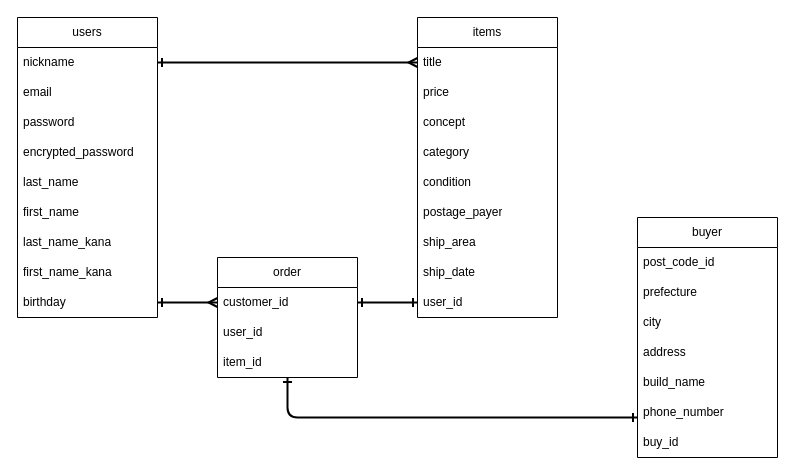
Above: er.dio in nobuyuki-hirai/furima-38643 (draw.io), before the change. Source tidied: cells renumbered, new cells numbered last; positions are measured from the earlier drawing's top-left corner, leaving out a move shared by most shapes. Both pictures are drawn from the tidied source at 100%, with x=0, y=0 at pixel (17, 17).
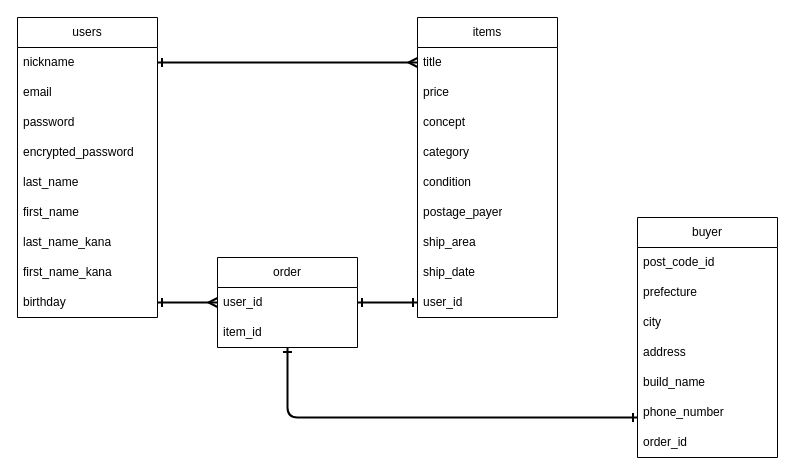
The same page after the edit.

The change refers to these unchanged cells:
```xml
<mxCell id="11" value="birthday" style="text;strokeColor=none;fillColor=none;align=left;verticalAlign=middle;spacingLeft=4;spacingRight=4;overflow=hidden;points=[[0,0.5],[1,0.5]];portConstraint=eastwest;whiteSpace=wrap;html=1;" parent="2" vertex="1">
  <mxGeometry y="270" width="140" height="30" as="geometry" />
</mxCell>
<mxCell id="21" value="user_id" style="text;strokeColor=none;fillColor=none;align=left;verticalAlign=middle;spacingLeft=4;spacingRight=4;overflow=hidden;points=[[0,0.5],[1,0.5]];portConstraint=eastwest;whiteSpace=wrap;html=1;" parent="12" vertex="1">
  <mxGeometry y="270" width="140" height="30" as="geometry" />
</mxCell>
<mxCell id="22" value="buyer" style="swimlane;fontStyle=0;horizontal=1;startSize=30;whiteSpace=wrap;html=1;" parent="1" vertex="1">
  <mxGeometry x="620" y="200" width="140" height="240" as="geometry" />
</mxCell>
<mxCell id="28" value="phone_number" style="text;strokeColor=none;fillColor=none;align=left;verticalAlign=middle;spacingLeft=4;spacingRight=4;overflow=hidden;points=[[0,0.5],[1,0.5]];portConstraint=eastwest;whiteSpace=wrap;html=1;" parent="22" vertex="1">
  <mxGeometry y="180" width="140" height="30" as="geometry" />
</mxCell>
```

Diff of the diagram source:
```diff
@@
-    <mxCell id="29" value="buy_id" style="text;strokeColor=none;fillColor=none;align=left;verticalAlign=middle;spacingLeft=4;spacingRight=4;overflow=hidden;whiteSpace=wrap;html=1;" parent="22" vertex="1">
+    <mxCell id="29" value="order_id" style="text;strokeColor=none;fillColor=none;align=left;verticalAlign=middle;spacingLeft=4;spacingRight=4;overflow=hidden;whiteSpace=wrap;html=1;" parent="22" vertex="1">
       <mxGeometry y="210" width="140" height="30" as="geometry" />
     </mxCell>
@@
     <mxCell id="31" value="order" style="swimlane;fontStyle=0;horizontal=1;startSize=30;whiteSpace=wrap;html=1;" parent="1" vertex="1">
-      <mxGeometry x="200" y="240" width="140" height="120" as="geometry" />
+      <mxGeometry x="200" y="240" width="140" height="90" as="geometry" />
     </mxCell>
-    <mxCell id="32" value="customer_id" style="text;strokeColor=none;fillColor=none;align=left;verticalAlign=middle;spacingLeft=4;spacingRight=4;overflow=hidden;points=[[0,0.5],[1,0.5]];portConstraint=eastwest;whiteSpace=wrap;html=1;" parent="31" vertex="1">
-      <mxGeometry y="30" width="140" height="30" as="geometry" />
-    </mxCell>
     <mxCell id="33" value="user_id" style="text;strokeColor=none;fillColor=none;align=left;verticalAlign=middle;spacingLeft=4;spacingRight=4;overflow=hidden;whiteSpace=wrap;html=1;" parent="31" vertex="1">
-      <mxGeometry y="60" width="140" height="30" as="geometry" />
+      <mxGeometry y="30" width="140" height="30" as="geometry" />
     </mxCell>
     <mxCell id="34" value="item_id" style="text;strokeColor=none;fillColor=none;align=left;verticalAlign=middle;spacingLeft=4;spacingRight=4;overflow=hidden;points=[[0,0.5],[1,0.5]];portConstraint=eastwest;whiteSpace=wrap;html=1;" parent="31" vertex="1">
-      <mxGeometry y="90" width="140" height="30" as="geometry" />
+      <mxGeometry y="60" width="140" height="30" as="geometry" />
     </mxCell>
-    <mxCell id="35" style="edgeStyle=none;html=1;exitX=0;exitY=0.5;exitDx=0;exitDy=0;entryX=1;entryY=0.5;entryDx=0;entryDy=0;strokeWidth=2;startArrow=ERmany;startFill=0;endArrow=ERone;endFill=0;" parent="1" edge="1" source="32" target="11">
-      <mxGeometry relative="1" as="geometry" />
+    <mxCell id="35" style="edgeStyle=none;html=1;exitX=0;exitY=0.5;exitDx=0;exitDy=0;entryX=1;entryY=0.5;entryDx=0;entryDy=0;strokeWidth=2;startArrow=ERmany;startFill=0;endArrow=ERone;endFill=0;" parent="1" edge="1" target="11">
+      <mxGeometry relative="1" as="geometry">
+        <mxPoint x="200" y="285" as="sourcePoint" />
+      </mxGeometry>
     </mxCell>
-    <mxCell id="36" style="edgeStyle=none;html=1;exitX=1;exitY=0.5;exitDx=0;exitDy=0;entryX=0;entryY=0.5;entryDx=0;entryDy=0;strokeWidth=2;startArrow=ERone;startFill=0;endArrow=ERone;endFill=0;" parent="1" edge="1" source="32" target="21">
-      <mxGeometry relative="1" as="geometry" />
+    <mxCell id="36" style="edgeStyle=none;html=1;exitX=1;exitY=0.5;exitDx=0;exitDy=0;entryX=0;entryY=0.5;entryDx=0;entryDy=0;strokeWidth=2;startArrow=ERone;startFill=0;endArrow=ERone;endFill=0;" parent="1" edge="1" target="21">
+      <mxGeometry relative="1" as="geometry">
+        <mxPoint x="340" y="285" as="sourcePoint" />
+      </mxGeometry>
     </mxCell>
-    <mxCell id="37" style="edgeStyle=none;html=1;strokeWidth=2;startArrow=ERone;startFill=0;endArrow=ERone;endFill=0;exitX=0;exitY=0.667;exitDx=0;exitDy=0;exitPerimeter=0;" parent="1" edge="1" source="28">
+    <mxCell id="37" style="edgeStyle=none;html=1;strokeWidth=2;startArrow=ERone;startFill=0;endArrow=ERone;endFill=0;exitX=0;exitY=0.667;exitDx=0;exitDy=0;exitPerimeter=0;" parent="1" edge="1" source="28" target="34">
       <mxGeometry relative="1" as="geometry">
-        <mxPoint x="270" y="360" as="targetPoint" />
         <Array as="points">
           <mxPoint x="270" y="400" />
         </Array>
       </mxGeometry>
     </mxCell>
```
